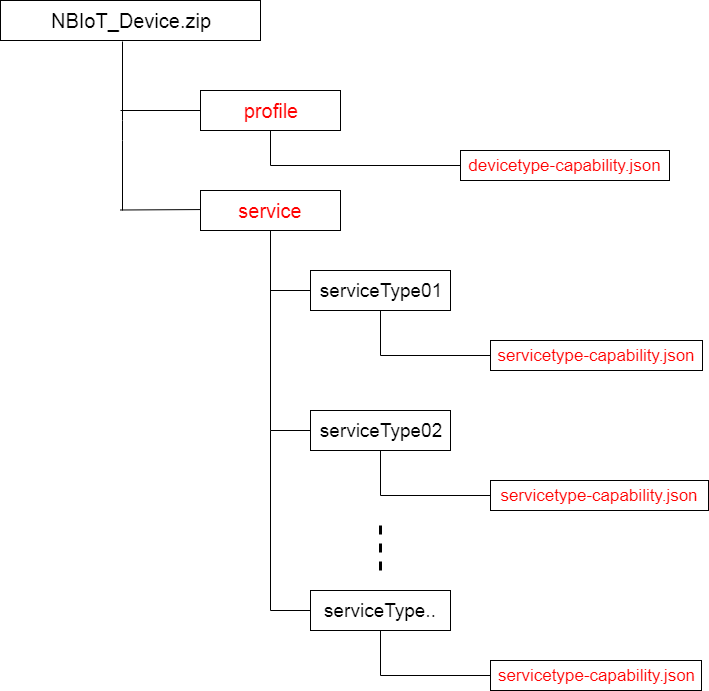
Earlier version of the draw.io export images/Device_Profile.png (magentabusiness/IoT-Quickstart). Source tidied: cells renumbered, new cells last; positions are measured from the earlier drawing's top-left corner, leaving out a move shared by most shapes.
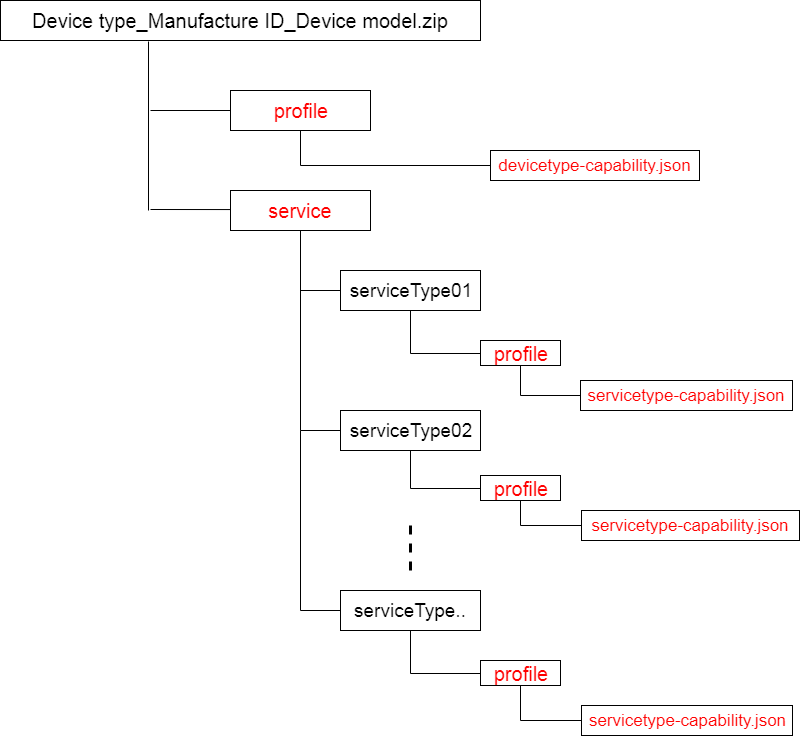
The same file after the commit.

Diff of the diagram source:
```diff
@@ -2,8 +2,8 @@
   <root>
     <mxCell id="0" />
     <mxCell id="1" parent="0" />
-    <mxCell id="2" value="&lt;font style=&quot;font-size: 20px&quot;&gt;NBIoT_Device.zip&lt;/font&gt;" style="rounded=0;whiteSpace=wrap;html=1;fillColor=none;fontSize=20;" parent="1" vertex="1">
-      <mxGeometry width="260" height="40" as="geometry" />
+    <mxCell id="2" value="&lt;font style=&quot;font-size: 20px&quot;&gt;Device type_Manufacture ID_Device model.zip&lt;/font&gt;" style="rounded=0;whiteSpace=wrap;html=1;fillColor=none;fontSize=20;" parent="1" vertex="1">
+      <mxGeometry x="-30" width="480" height="40" as="geometry" />
     </mxCell>
     <mxCell id="3" style="edgeStyle=orthogonalEdgeStyle;rounded=0;jettySize=auto;html=1;exitX=0.5;exitY=1;exitDx=0;exitDy=0;entryX=0;entryY=0.5;entryDx=0;entryDy=0;strokeColor=#000000;endArrow=none;endFill=0;" parent="1" edge="1" source="4" target="6">
       <mxGeometry relative="1" as="geometry" />
@@ -18,54 +18,46 @@
       <mxGeometry x="460" y="150" width="209" height="30" as="geometry" />
     </mxCell>
     <mxCell id="7" value="&lt;font style=&quot;font-size: 17px&quot; color=&quot;#ff0000&quot;&gt;servicetype-capability.json&lt;/font&gt;" style="rounded=0;whiteSpace=wrap;html=1;" parent="1" vertex="1">
-      <mxGeometry x="490" y="340" width="212" height="30" as="geometry" />
+      <mxGeometry x="550" y="380" width="212" height="30" as="geometry" />
     </mxCell>
-    <mxCell id="8" style="edgeStyle=orthogonalEdgeStyle;rounded=0;jettySize=auto;html=1;exitX=0.5;exitY=1;exitDx=0;exitDy=0;entryX=0;entryY=0.5;entryDx=0;entryDy=0;endArrow=none;endFill=0;strokeColor=#000000;" parent="1" edge="1" source="10" target="7">
-      <mxGeometry relative="1" as="geometry" />
-    </mxCell>
     <mxCell id="9" style="edgeStyle=orthogonalEdgeStyle;rounded=0;jettySize=auto;html=1;exitX=0;exitY=0.5;exitDx=0;exitDy=0;entryX=0.5;entryY=1;entryDx=0;entryDy=0;endArrow=none;endFill=0;strokeColor=#000000;" parent="1" edge="1" source="10" target="5">
       <mxGeometry relative="1" as="geometry" />
     </mxCell>
+    <mxCell id="24" style="edgeStyle=orthogonalEdgeStyle;rounded=0;jettySize=auto;html=1;exitX=0.5;exitY=1;exitDx=0;exitDy=0;entryX=0;entryY=0.5;entryDx=0;entryDy=0;endArrow=none;endFill=0;" parent="1" edge="1" source="10" target="28">
+      <mxGeometry relative="1" as="geometry" />
+    </mxCell>
     <mxCell id="10" value="&lt;span style=&quot;font-size: 19px&quot;&gt;serviceType01&lt;/span&gt;&lt;br&gt;" style="rounded=0;whiteSpace=wrap;html=1;" parent="1" vertex="1">
       <mxGeometry x="310" y="270" width="140" height="40" as="geometry" />
     </mxCell>
     <mxCell id="11" value="&lt;span&gt;&lt;font style=&quot;font-size: 17px&quot; color=&quot;#ff0000&quot;&gt;servicetype-capability.json&lt;/font&gt;&lt;/span&gt;" style="rounded=0;whiteSpace=wrap;html=1;" parent="1" vertex="1">
-      <mxGeometry x="490" y="480" width="218" height="30" as="geometry" />
+      <mxGeometry x="551" y="510" width="218" height="30" as="geometry" />
     </mxCell>
-    <mxCell id="12" style="edgeStyle=orthogonalEdgeStyle;rounded=0;jettySize=auto;html=1;exitX=0.5;exitY=1;exitDx=0;exitDy=0;entryX=0;entryY=0.5;entryDx=0;entryDy=0;endArrow=none;endFill=0;strokeColor=#000000;" parent="1" edge="1" source="14" target="11">
-      <mxGeometry relative="1" as="geometry" />
-    </mxCell>
     <mxCell id="13" style="edgeStyle=orthogonalEdgeStyle;rounded=0;orthogonalLoop=1;jettySize=auto;html=1;exitX=0;exitY=0.5;exitDx=0;exitDy=0;endArrow=none;endFill=0;strokeColor=#000000;" parent="1" edge="1">
       <mxGeometry relative="1" as="geometry">
         <mxPoint x="310" y="430" as="sourcePoint" />
         <mxPoint x="270" y="280" as="targetPoint" />
       </mxGeometry>
     </mxCell>
+    <mxCell id="25" style="edgeStyle=orthogonalEdgeStyle;rounded=0;jettySize=auto;html=1;exitX=0.5;exitY=1;exitDx=0;exitDy=0;entryX=0;entryY=0.5;entryDx=0;entryDy=0;endArrow=none;endFill=0;" parent="1" edge="1" source="14" target="30">
+      <mxGeometry relative="1" as="geometry" />
+    </mxCell>
     <mxCell id="14" value="&lt;span style=&quot;font-size: 19px&quot;&gt;serviceType02&lt;/span&gt;" style="rounded=0;whiteSpace=wrap;html=1;" parent="1" vertex="1">
       <mxGeometry x="310" y="410" width="140" height="40" as="geometry" />
     </mxCell>
     <mxCell id="15" value="&lt;span&gt;&lt;font style=&quot;font-size: 17px&quot; color=&quot;#ff0000&quot;&gt;servicetype-capability.json&lt;/font&gt;&lt;/span&gt;" style="rounded=0;whiteSpace=wrap;html=1;" parent="1" vertex="1">
-      <mxGeometry x="490" y="660" width="211" height="30" as="geometry" />
+      <mxGeometry x="551" y="705" width="211" height="30" as="geometry" />
     </mxCell>
-    <mxCell id="16" style="edgeStyle=orthogonalEdgeStyle;rounded=0;jettySize=auto;html=1;exitX=0.5;exitY=1;exitDx=0;exitDy=0;entryX=0;entryY=0.5;entryDx=0;entryDy=0;endArrow=none;endFill=0;strokeColor=#000000;" parent="1" edge="1" source="18" target="15">
-      <mxGeometry relative="1" as="geometry" />
-    </mxCell>
     <mxCell id="17" style="edgeStyle=orthogonalEdgeStyle;rounded=0;jettySize=auto;html=1;exitX=0;exitY=0.5;exitDx=0;exitDy=0;endArrow=none;endFill=0;strokeColor=#000000;" parent="1" edge="1" source="18">
       <mxGeometry relative="1" as="geometry">
         <mxPoint x="270" y="610" as="targetPoint" />
       </mxGeometry>
     </mxCell>
+    <mxCell id="26" style="edgeStyle=orthogonalEdgeStyle;rounded=0;jettySize=auto;html=1;exitX=0.5;exitY=1;exitDx=0;exitDy=0;entryX=0;entryY=0.5;entryDx=0;entryDy=0;endArrow=none;endFill=0;" parent="1" edge="1" source="18" target="32">
+      <mxGeometry relative="1" as="geometry" />
+    </mxCell>
     <mxCell id="18" value="&lt;span&gt;&lt;font style=&quot;font-size: 19px&quot;&gt;serviceType..&lt;/font&gt;&lt;/span&gt;" style="rounded=0;whiteSpace=wrap;html=1;" parent="1" vertex="1">
       <mxGeometry x="310" y="590" width="140" height="40" as="geometry" />
     </mxCell>
-    <mxCell id="19" style="endArrow=none;html=1;entryX=0.469;entryY=1.025;entryDx=0;entryDy=0;entryPerimeter=0;" parent="1" edge="1" target="2">
-      <mxGeometry relative="1" as="geometry">
-        <mxPoint x="122" y="210" as="sourcePoint" />
-        <Array as="points">
-          <mxPoint x="122" y="130" />
-        </Array>
-      </mxGeometry>
-    </mxCell>
     <mxCell id="20" style="endArrow=none;html=1;entryX=0;entryY=0.5;entryDx=0;entryDy=0;" parent="1" edge="1" target="4">
       <mxGeometry relative="1" as="geometry">
         <mxPoint x="120" y="110" as="sourcePoint" />
@@ -73,7 +65,7 @@
     </mxCell>
     <mxCell id="21" style="endArrow=none;html=1;entryX=0;entryY=0.5;entryDx=0;entryDy=0;" parent="1" edge="1">
       <mxGeometry relative="1" as="geometry">
-        <mxPoint x="119.5" y="209.5" as="sourcePoint" />
+        <mxPoint x="120" y="209" as="sourcePoint" />
         <mxPoint x="199.9" y="209.1" as="targetPoint" />
       </mxGeometry>
     </mxCell>
@@ -89,5 +81,28 @@
         <mxPoint x="380" y="520" as="targetPoint" />
       </mxGeometry>
     </mxCell>
+    <mxCell id="27" style="edgeStyle=orthogonalEdgeStyle;rounded=0;jettySize=auto;html=1;exitX=0.5;exitY=1;exitDx=0;exitDy=0;entryX=0;entryY=0.5;entryDx=0;entryDy=0;endArrow=none;endFill=0;" parent="1" edge="1" source="28" target="7">
+      <mxGeometry relative="1" as="geometry" />
+    </mxCell>
+    <mxCell id="28" value="&lt;font color=&quot;#ff0000&quot;&gt;profile&lt;/font&gt;" style="rounded=0;whiteSpace=wrap;html=1;fontSize=20;" parent="1" vertex="1">
+      <mxGeometry x="450" y="340" width="80" height="25" as="geometry" />
+    </mxCell>
+    <mxCell id="29" style="edgeStyle=orthogonalEdgeStyle;rounded=0;jettySize=auto;html=1;exitX=0.5;exitY=1;exitDx=0;exitDy=0;entryX=0;entryY=0.5;entryDx=0;entryDy=0;endArrow=none;endFill=0;" parent="1" edge="1" source="30" target="11">
+      <mxGeometry relative="1" as="geometry" />
+    </mxCell>
+    <mxCell id="30" value="&lt;font color=&quot;#ff0000&quot;&gt;profile&lt;/font&gt;" style="rounded=0;whiteSpace=wrap;html=1;fontSize=20;" parent="1" vertex="1">
+      <mxGeometry x="450" y="475" width="80" height="25" as="geometry" />
+    </mxCell>
+    <mxCell id="31" style="edgeStyle=orthogonalEdgeStyle;rounded=0;jettySize=auto;html=1;exitX=0.5;exitY=1;exitDx=0;exitDy=0;entryX=0;entryY=0.5;entryDx=0;entryDy=0;endArrow=none;endFill=0;" parent="1" edge="1" source="32" target="15">
+      <mxGeometry relative="1" as="geometry" />
+    </mxCell>
+    <mxCell id="32" value="&lt;font color=&quot;#ff0000&quot;&gt;profile&lt;/font&gt;" style="rounded=0;whiteSpace=wrap;html=1;fontSize=20;" parent="1" vertex="1">
+      <mxGeometry x="450" y="660" width="80" height="25" as="geometry" />
+    </mxCell>
+    <mxCell id="33" style="endArrow=none;html=1;entryX=0.308;entryY=1.025;entryDx=0;entryDy=0;entryPerimeter=0;" parent="1" edge="1" target="2">
+      <mxGeometry relative="1" as="geometry">
+        <mxPoint x="118" y="210" as="sourcePoint" />
+      </mxGeometry>
+    </mxCell>
   </root>
 </mxGraphModel>
```
